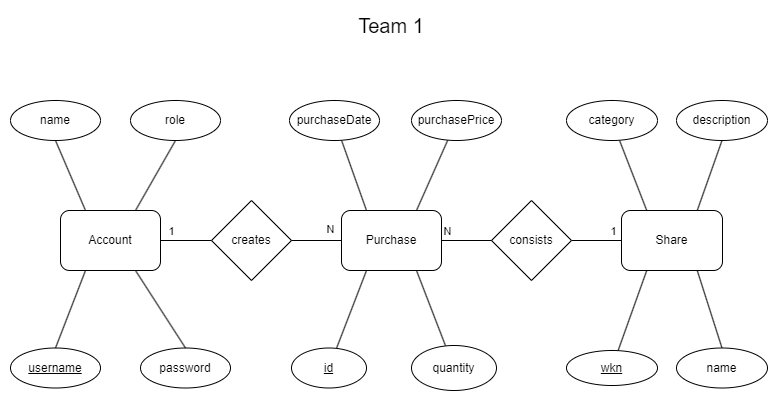
VakZok/financial_assets_portfolio keeps this draw.io diagram as ER Diagramm Sprint2 Team1.drawio.png. Above is the earlier version. Source tidied: cells renumbered, new cells last; positions are measured from the earlier drawing's top-left corner, leaving out a move shared by most shapes.
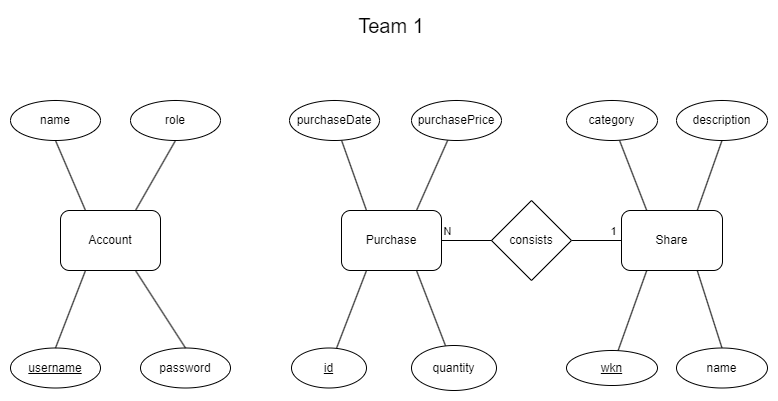
The same diagram one commit later.

Diff of the diagram source:
```diff
@@ -86,25 +86,6 @@
     <mxCell id="27" value="Account" style="rounded=1;whiteSpace=wrap;html=1;" parent="1" vertex="1">
       <mxGeometry x="50" y="200" width="100" height="60" as="geometry" />
     </mxCell>
-    <mxCell id="28" value="creates" style="rhombus;whiteSpace=wrap;html=1;" parent="1" vertex="1">
-      <mxGeometry x="201" y="190" width="80" height="80" as="geometry" />
-    </mxCell>
-    <mxCell id="29" style="edgeStyle=orthogonalEdgeStyle;rounded=0;jettySize=auto;html=1;exitX=1;exitY=0.5;exitDx=0;exitDy=0;entryX=0;entryY=0.5;entryDx=0;entryDy=0;endArrow=none;endFill=0;" parent="1" edge="1" source="27" target="28">
-      <mxGeometry relative="1" as="geometry" />
-    </mxCell>
-    <mxCell id="30" style="edgeStyle=orthogonalEdgeStyle;rounded=0;jettySize=auto;html=1;exitX=1;exitY=0.5;exitDx=0;exitDy=0;endArrow=none;endFill=0;entryX=0;entryY=0.5;entryDx=0;entryDy=0;" parent="1" edge="1" source="28" target="14">
-      <mxGeometry relative="1" as="geometry" />
-    </mxCell>
-    <mxCell id="31" value="N" style="edgeLabel;html=1;align=center;verticalAlign=middle;" parent="1" vertex="1">
-      <mxGeometry x="446" y="230.5" as="geometry">
-        <mxPoint x="-127" y="-12" as="offset" />
-      </mxGeometry>
-    </mxCell>
-    <mxCell id="32" value="1" style="edgeLabel;html=1;align=center;verticalAlign=middle;" parent="1" vertex="1">
-      <mxGeometry x="611" y="230" as="geometry">
-        <mxPoint x="-450" y="-10" as="offset" />
-      </mxGeometry>
-    </mxCell>
     <mxCell id="33" value="name" style="ellipse;whiteSpace=wrap;html=1;" parent="1" vertex="1">
       <mxGeometry y="90" width="90" height="40" as="geometry" />
     </mxCell>
```
